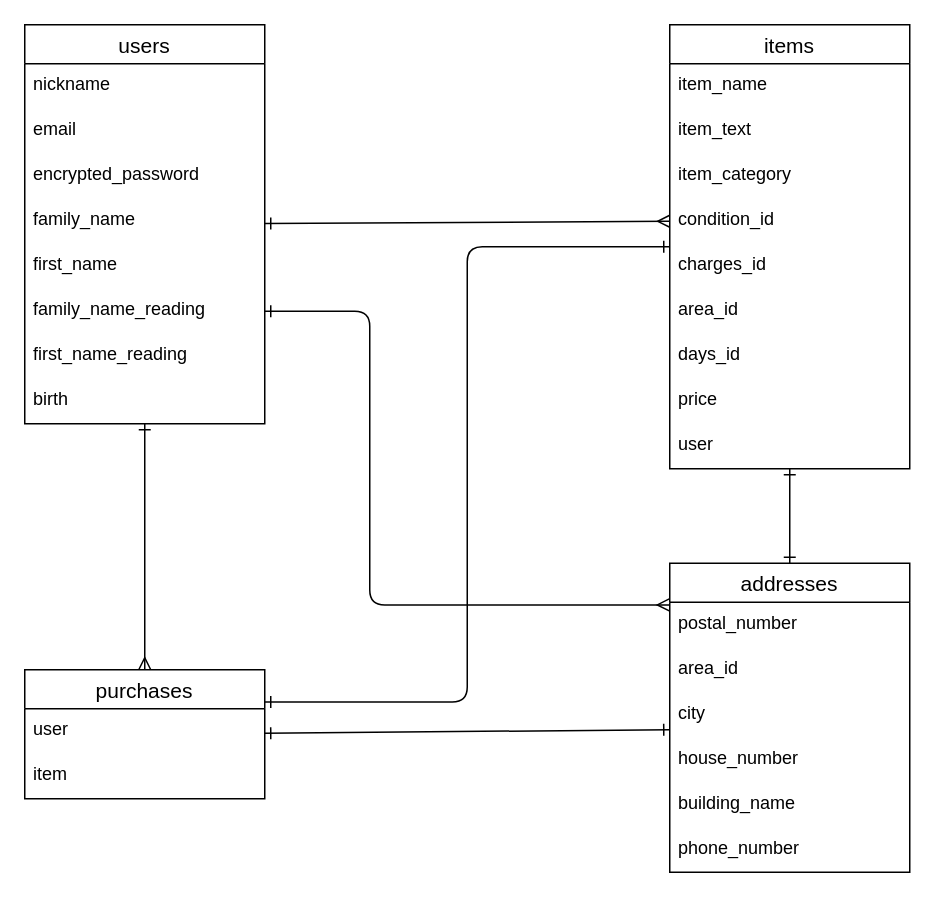
chin-ninn/furima-39116 keeps this draw.io diagram as furima.dio. Above is the earlier version. Source tidied: cells renumbered, new cells numbered last; positions are measured from the earlier drawing's top-left corner, leaving out a move shared by most shapes. Both pictures are drawn from the tidied source at 150%, with x=0, y=0 at pixel (24, 24).
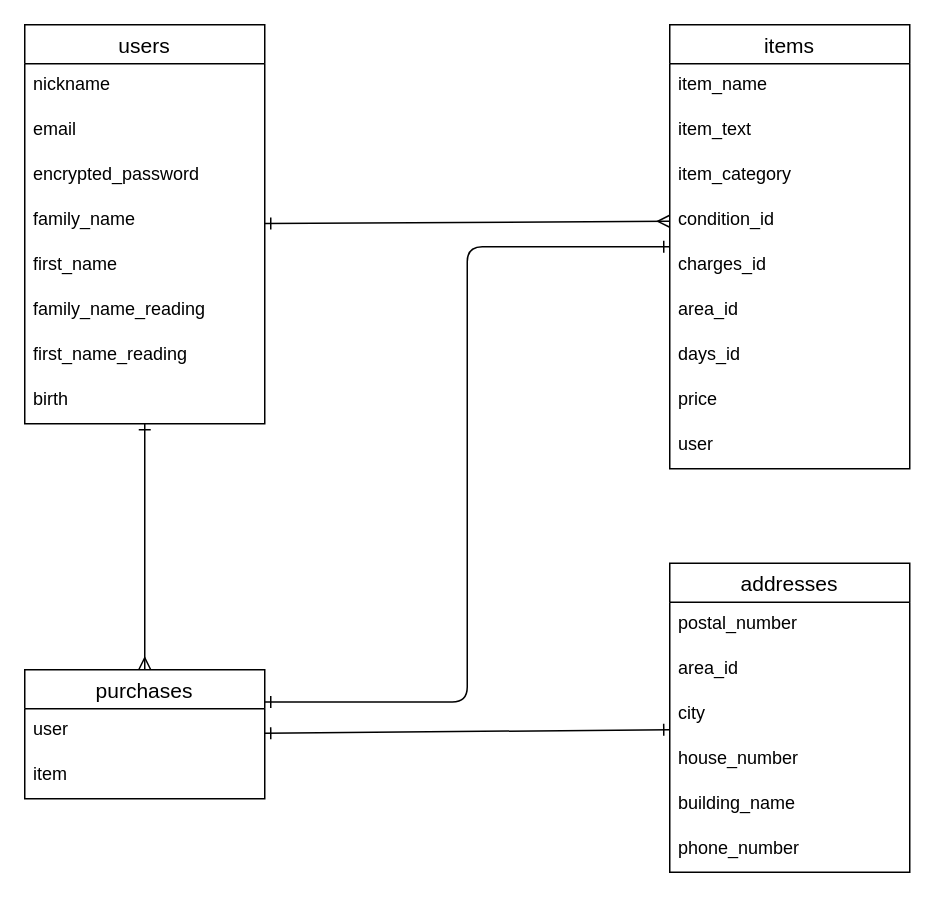
After the change.

Commit message (it also covers changes not shown here):
データベース設計の修正

Unchanged cells that the change refers to:
```xml
<mxCell id="11" value="family_name_reading" style="text;strokeColor=none;fillColor=none;spacingLeft=4;spacingRight=4;overflow=hidden;points=[[0,0.5],[1,0.5]];portConstraint=eastwest;fontSize=12;" parent="5" vertex="1">
  <mxGeometry y="176" width="160" height="30" as="geometry" />
</mxCell>
<mxCell id="16" value="items" style="swimlane;fontStyle=0;horizontal=1;startSize=26;align=center;fontSize=14;" parent="1" vertex="1">
  <mxGeometry x="430" width="160" height="296" as="geometry" />
</mxCell>
<mxCell id="26" value="addresses" style="swimlane;fontStyle=0;horizontal=1;startSize=26;align=center;fontSize=14;" parent="1" vertex="1">
  <mxGeometry x="430" y="359" width="160" height="206" as="geometry" />
</mxCell>
<mxCell id="27" value="postal_number" style="text;strokeColor=none;fillColor=none;spacingLeft=4;spacingRight=4;overflow=hidden;points=[[0,0.5],[1,0.5]];portConstraint=eastwest;fontSize=12;" parent="26" vertex="1">
  <mxGeometry y="26" width="160" height="30" as="geometry" />
</mxCell>
```

Diff of the diagram source:
```diff
@@
-    <mxCell id="4" style="edgeStyle=orthogonalEdgeStyle;html=1;entryX=-0.002;entryY=0.059;entryDx=0;entryDy=0;entryPerimeter=0;startArrow=ERone;startFill=0;endArrow=ERmany;endFill=0;exitX=1;exitY=0.5;exitDx=0;exitDy=0;" parent="1" edge="1" source="11" target="27">
-      <mxGeometry relative="1" as="geometry">
-        <Array as="points">
-          <mxPoint x="230" y="191" />
-          <mxPoint x="230" y="387" />
-        </Array>
-      </mxGeometry>
-    </mxCell>
@@
-    <mxCell id="14" style="html=1;startArrow=ERone;startFill=0;endArrow=ERone;endFill=0;entryX=0.5;entryY=0;entryDx=0;entryDy=0;" parent="1" edge="1" source="16" target="26">
-      <mxGeometry relative="1" as="geometry" />
-    </mxCell>
```
